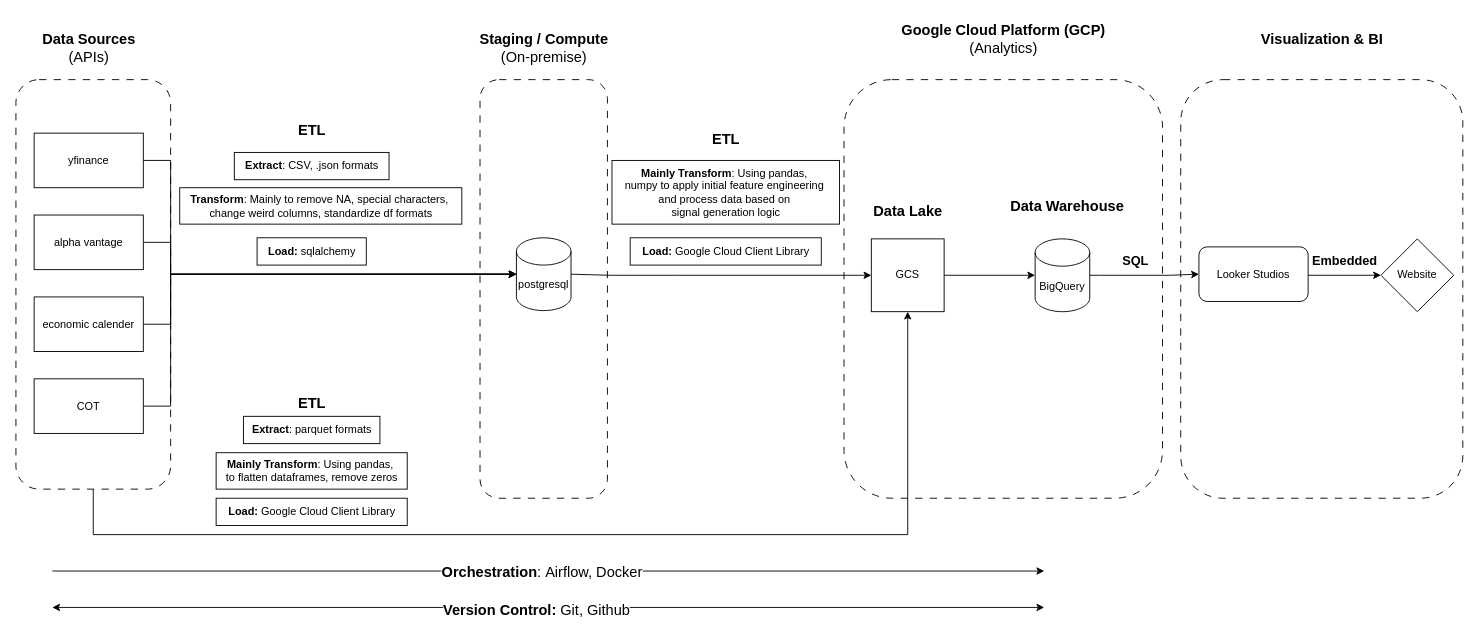
This is Stock Analysis System.drawio from Tgop1310/Projects, a draw.io file, before an edit. Source tidied: cells renumbered, new cells numbered last; positions are measured from the earlier drawing's top-left corner, leaving out a move shared by most shapes. Both pictures are drawn from the tidied source at 91%, with x=0, y=0 at pixel (15, 15).
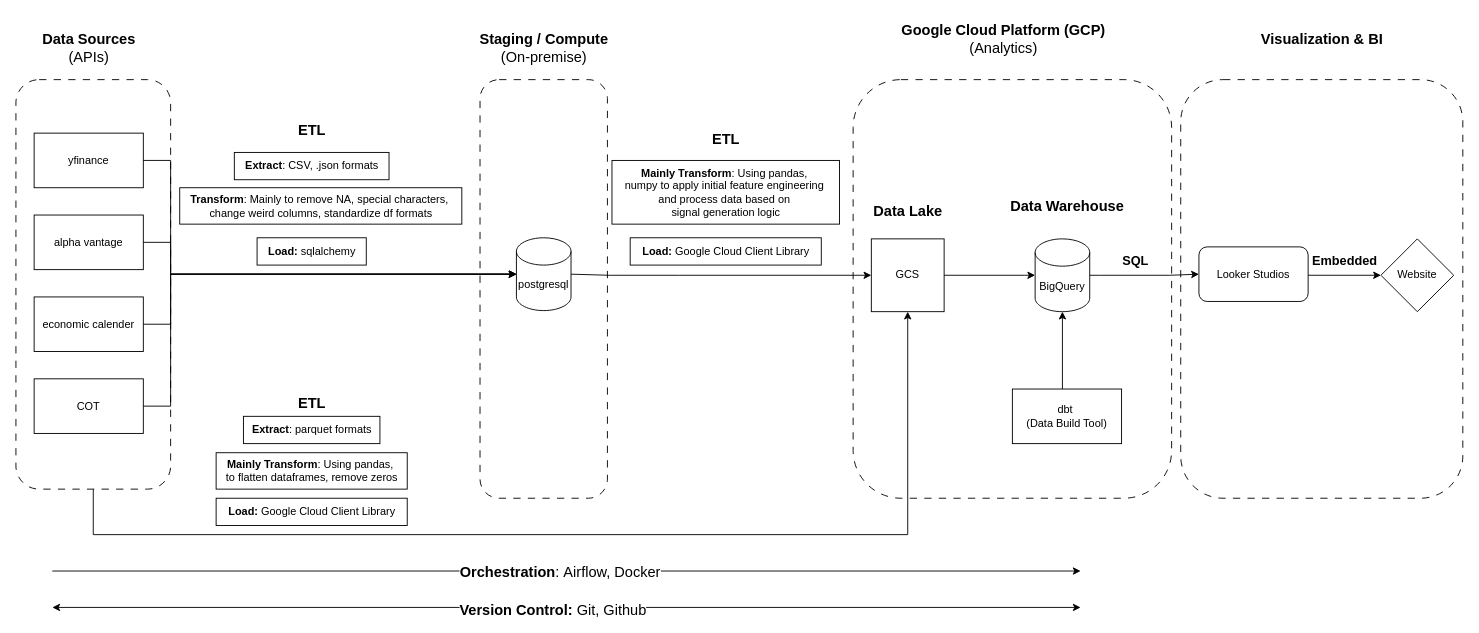
The same page after the edit.

The change refers to these unchanged cells:
```xml
<mxCell id="14" value="BigQuery" style="shape=cylinder3;whiteSpace=wrap;html=1;boundedLbl=1;backgroundOutline=1;size=15;" parent="1" vertex="1">
  <mxGeometry x="1120" y="245" width="60" height="80" as="geometry" />
</mxCell>
```

What changed in the source:
```diff
@@
     <mxCell id="2" style="rounded=1;whiteSpace=wrap;html=1;fillColor=none;dashed=1;dashPattern=8 8;" parent="1" vertex="1">
-      <mxGeometry x="910" y="70" width="350" height="460" as="geometry" />
+      <mxGeometry x="920" y="70" width="350" height="460" as="geometry" />
     </mxCell>
@@
     <mxCell id="21" style="endArrow=classic;html=1;rounded=0;" parent="1" edge="1">
       <mxGeometry relative="1" as="geometry">
         <mxPoint x="40" y="610" as="sourcePoint" />
-        <mxPoint x="1130" y="610" as="targetPoint" />
+        <mxPoint x="1170" y="610" as="targetPoint" />
       </mxGeometry>
     </mxCell>
@@
     <mxCell id="23" style="endArrow=classic;startArrow=classic;html=1;rounded=0;" parent="1" edge="1">
       <mxGeometry relative="1" as="geometry">
         <mxPoint x="40" y="650" as="sourcePoint" />
-        <mxPoint x="1130" y="650" as="targetPoint" />
+        <mxPoint x="1170" y="650" as="targetPoint" />
       </mxGeometry>
     </mxCell>
@@
+    <mxCell id="47" value="dbt&amp;nbsp;&lt;div&gt;(Data Build Tool)&lt;/div&gt;" style="rounded=0;whiteSpace=wrap;html=1;" parent="1" vertex="1">
+      <mxGeometry x="1095" y="410" width="120" height="60" as="geometry" />
+    </mxCell>
+    <mxCell id="48" style="endArrow=classic;html=1;rounded=0;entryX=0.5;entryY=1;entryDx=0;entryDy=0;entryPerimeter=0;" parent="1" edge="1" target="14">
+      <mxGeometry relative="1" as="geometry">
+        <mxPoint x="1150" y="410" as="sourcePoint" />
+      </mxGeometry>
+    </mxCell>
```
